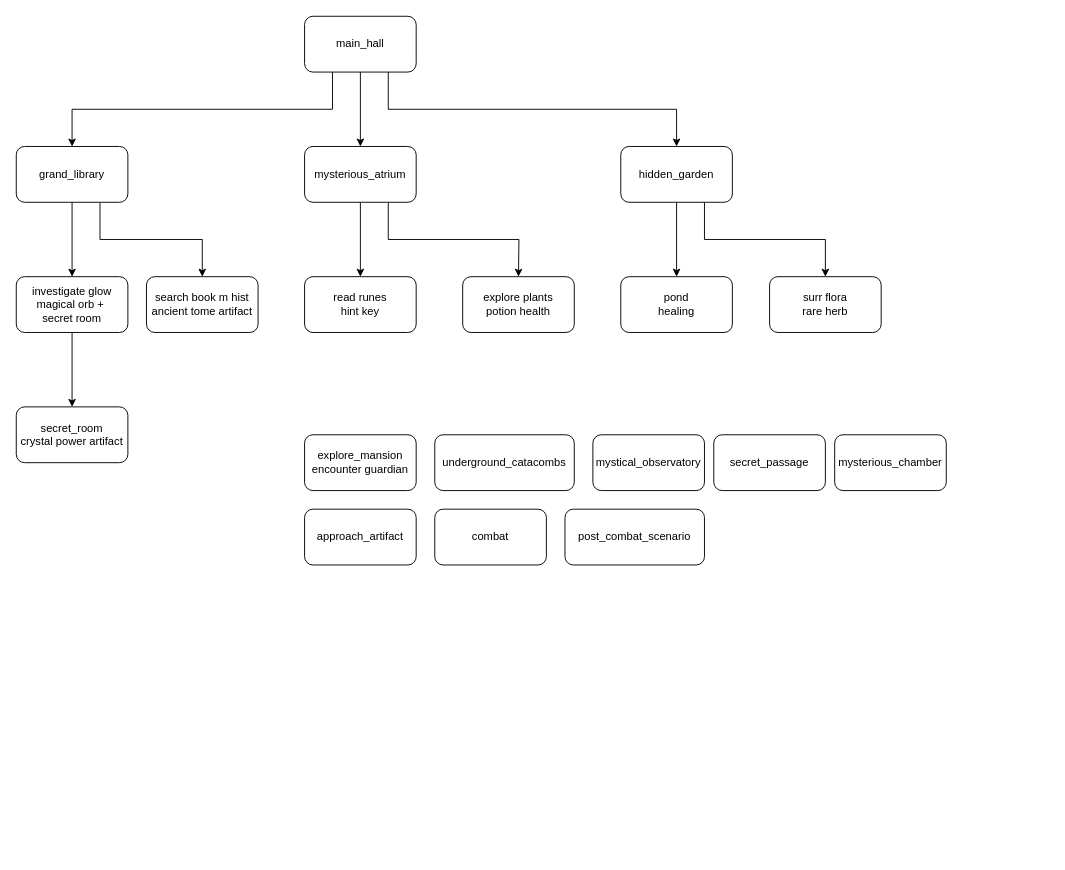
Earlier version of the draw.io diagram AdventureText.drawio (SkyBlyvion/Python-AdventureText). Source tidied: cells renumbered, new cells numbered last; positions are measured from the earlier drawing's top-left corner, leaving out a move shared by most shapes. Both pictures are drawn from the tidied source at 93%, with x=0, y=0 at pixel (16, 16).
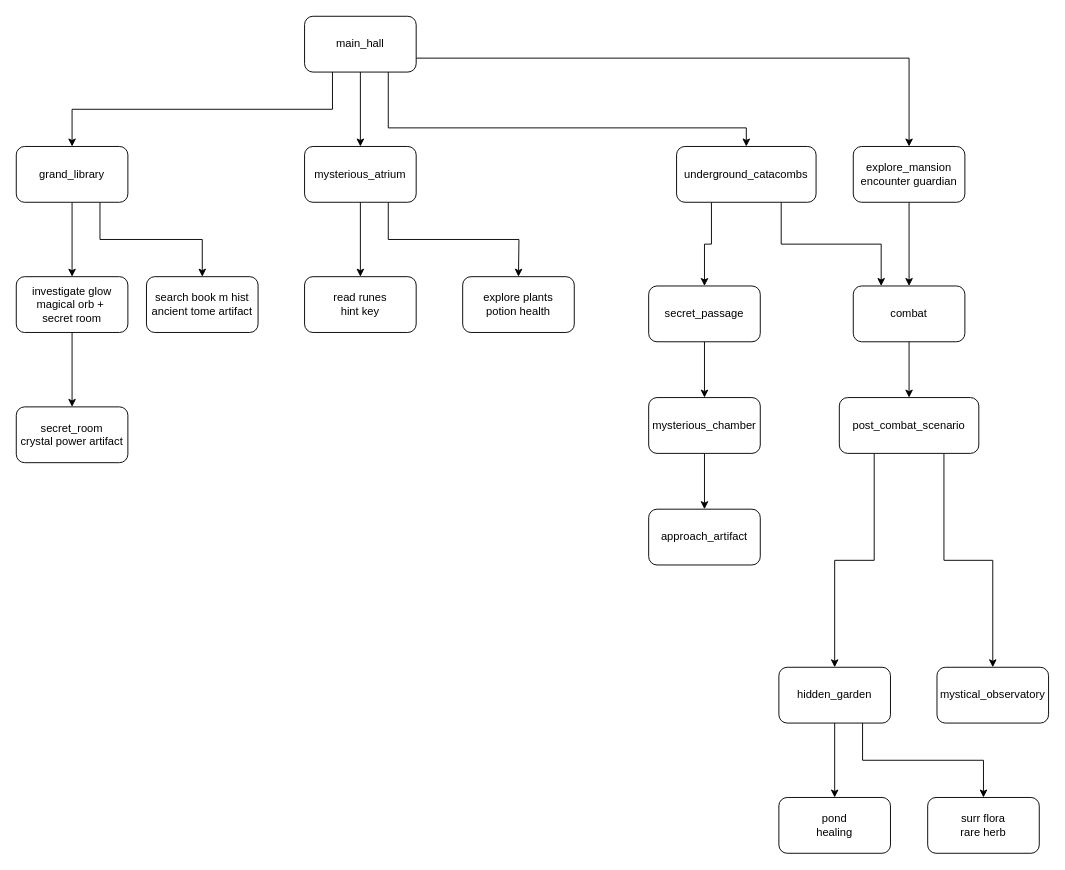
The same page after the edit.

The change refers to these unchanged cells:
```xml
<mxCell id="5" value="main_hall" style="rounded=1;whiteSpace=wrap;html=1;" parent="1" vertex="1">
  <mxGeometry x="310" width="120" height="60" as="geometry" />
</mxCell>
```

The edit, as a diff of the source:
```diff
@@
-    <mxCell id="4" style="edgeStyle=orthogonalEdgeStyle;rounded=0;jettySize=auto;html=1;exitX=0.75;exitY=1;exitDx=0;exitDy=0;" parent="1" edge="1" source="5" target="11">
-      <mxGeometry relative="1" as="geometry" />
-    </mxCell>
+    <mxCell id="31" style="edgeStyle=orthogonalEdgeStyle;rounded=0;jettySize=auto;html=1;exitX=0.75;exitY=1;exitDx=0;exitDy=0;entryX=0.5;entryY=0;entryDx=0;entryDy=0;" parent="1" edge="1" source="5" target="24">
+      <mxGeometry relative="1" as="geometry">
+        <Array as="points">
+          <mxPoint x="400" y="120" />
+          <mxPoint x="785" y="120" />
+        </Array>
+      </mxGeometry>
+    </mxCell>
+    <mxCell id="32" style="edgeStyle=orthogonalEdgeStyle;rounded=0;jettySize=auto;html=1;exitX=1;exitY=0.75;exitDx=0;exitDy=0;entryX=0.5;entryY=0;entryDx=0;entryDy=0;" parent="1" edge="1" source="5" target="23">
+      <mxGeometry relative="1" as="geometry" />
+    </mxCell>
@@
     <mxCell id="11" value="hidden_garden" style="whiteSpace=wrap;html=1;rounded=1;" parent="1" vertex="1">
-      <mxGeometry x="650" y="140" width="120" height="60" as="geometry" />
+      <mxGeometry x="820" y="700" width="120" height="60" as="geometry" />
     </mxCell>
@@
     <mxCell id="15" value="pond&lt;div&gt;healing&lt;/div&gt;" style="whiteSpace=wrap;html=1;rounded=1;" parent="1" vertex="1">
-      <mxGeometry x="650" y="280" width="120" height="60" as="geometry" />
+      <mxGeometry x="820" y="840" width="120" height="60" as="geometry" />
     </mxCell>
     <mxCell id="16" value="surr flora&lt;div&gt;rare herb&lt;/div&gt;" style="whiteSpace=wrap;html=1;rounded=1;" parent="1" vertex="1">
-      <mxGeometry x="810" y="280" width="120" height="60" as="geometry" />
+      <mxGeometry x="980" y="840" width="120" height="60" as="geometry" />
     </mxCell>
@@
+    <mxCell id="33" style="edgeStyle=orthogonalEdgeStyle;rounded=0;jettySize=auto;html=1;" parent="1" edge="1" source="23" target="29">
+      <mxGeometry relative="1" as="geometry" />
+    </mxCell>
     <mxCell id="23" value="explore_mansion&lt;div&gt;encounter guardian&lt;/div&gt;" style="rounded=1;whiteSpace=wrap;html=1;" parent="1" vertex="1">
-      <mxGeometry x="310" y="450" width="120" height="60" as="geometry" />
+      <mxGeometry x="900" y="140" width="120" height="60" as="geometry" />
     </mxCell>
+    <mxCell id="34" style="edgeStyle=orthogonalEdgeStyle;rounded=0;jettySize=auto;html=1;exitX=0.25;exitY=1;exitDx=0;exitDy=0;" parent="1" edge="1" source="24" target="27">
+      <mxGeometry relative="1" as="geometry" />
+    </mxCell>
+    <mxCell id="35" style="edgeStyle=orthogonalEdgeStyle;rounded=0;jettySize=auto;html=1;exitX=0.75;exitY=1;exitDx=0;exitDy=0;entryX=0.25;entryY=0;entryDx=0;entryDy=0;" parent="1" edge="1" source="24" target="29">
+      <mxGeometry relative="1" as="geometry" />
+    </mxCell>
     <mxCell id="24" value="underground_catacombs" style="rounded=1;whiteSpace=wrap;html=1;" parent="1" vertex="1">
-      <mxGeometry x="450" y="450" width="150" height="60" as="geometry" />
+      <mxGeometry x="710" y="140" width="150" height="60" as="geometry" />
     </mxCell>
+    <mxCell id="36" style="edgeStyle=orthogonalEdgeStyle;rounded=0;jettySize=auto;html=1;exitX=0.5;exitY=1;exitDx=0;exitDy=0;entryX=0.5;entryY=0;entryDx=0;entryDy=0;" parent="1" edge="1" source="25" target="28">
+      <mxGeometry relative="1" as="geometry" />
+    </mxCell>
     <mxCell id="25" value="mysterious_chamber" style="rounded=1;whiteSpace=wrap;html=1;" parent="1" vertex="1">
-      <mxGeometry x="880" y="450" width="120" height="60" as="geometry" />
+      <mxGeometry x="680" y="410" width="120" height="60" as="geometry" />
     </mxCell>
     <mxCell id="26" value="mystical_observatory" style="rounded=1;whiteSpace=wrap;html=1;" parent="1" vertex="1">
-      <mxGeometry x="620" y="450" width="120" height="60" as="geometry" />
+      <mxGeometry x="990" y="700" width="120" height="60" as="geometry" />
     </mxCell>
+    <mxCell id="37" style="edgeStyle=orthogonalEdgeStyle;rounded=0;jettySize=auto;html=1;exitX=0.5;exitY=1;exitDx=0;exitDy=0;entryX=0.5;entryY=0;entryDx=0;entryDy=0;" parent="1" edge="1" source="27" target="25">
+      <mxGeometry relative="1" as="geometry" />
+    </mxCell>
     <mxCell id="27" value="secret_passage" style="rounded=1;whiteSpace=wrap;html=1;" parent="1" vertex="1">
-      <mxGeometry x="750" y="450" width="120" height="60" as="geometry" />
+      <mxGeometry x="680" y="290" width="120" height="60" as="geometry" />
     </mxCell>
     <mxCell id="28" value="approach_artifact" style="rounded=1;whiteSpace=wrap;html=1;" parent="1" vertex="1">
-      <mxGeometry x="310" y="530" width="120" height="60" as="geometry" />
+      <mxGeometry x="680" y="530" width="120" height="60" as="geometry" />
     </mxCell>
+    <mxCell id="38" style="edgeStyle=orthogonalEdgeStyle;rounded=0;jettySize=auto;html=1;" parent="1" edge="1" source="29" target="30">
+      <mxGeometry relative="1" as="geometry" />
+    </mxCell>
     <mxCell id="29" value="combat" style="rounded=1;whiteSpace=wrap;html=1;" parent="1" vertex="1">
-      <mxGeometry x="450" y="530" width="120" height="60" as="geometry" />
+      <mxGeometry x="900" y="290" width="120" height="60" as="geometry" />
     </mxCell>
+    <mxCell id="39" style="edgeStyle=orthogonalEdgeStyle;rounded=0;jettySize=auto;html=1;exitX=0.25;exitY=1;exitDx=0;exitDy=0;entryX=0.5;entryY=0;entryDx=0;entryDy=0;" parent="1" edge="1" source="30" target="11">
+      <mxGeometry relative="1" as="geometry" />
+    </mxCell>
+    <mxCell id="40" style="edgeStyle=orthogonalEdgeStyle;rounded=0;jettySize=auto;html=1;exitX=0.75;exitY=1;exitDx=0;exitDy=0;entryX=0.5;entryY=0;entryDx=0;entryDy=0;" parent="1" edge="1" source="30" target="26">
+      <mxGeometry relative="1" as="geometry" />
+    </mxCell>
     <mxCell id="30" value="post_combat_scenario" style="rounded=1;whiteSpace=wrap;html=1;" parent="1" vertex="1">
-      <mxGeometry x="590" y="530" width="150" height="60" as="geometry" />
+      <mxGeometry x="885" y="410" width="150" height="60" as="geometry" />
     </mxCell>
```
